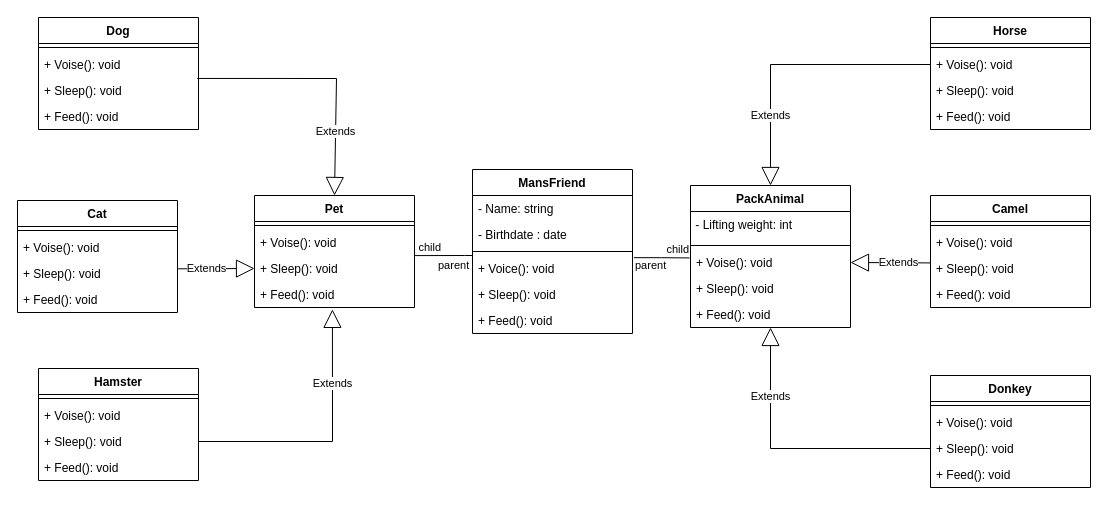
PavelMartaller/AnimalNursery keeps this draw.io diagram as Diagrams/ClassDiagram.drawio. Above is the earlier version. Source tidied: cells renumbered, new cells numbered last; positions are measured from the earlier drawing's top-left corner, leaving out a move shared by most shapes. Both pictures are drawn from the tidied source at 100%, with x=0, y=0 at pixel (17, 17).
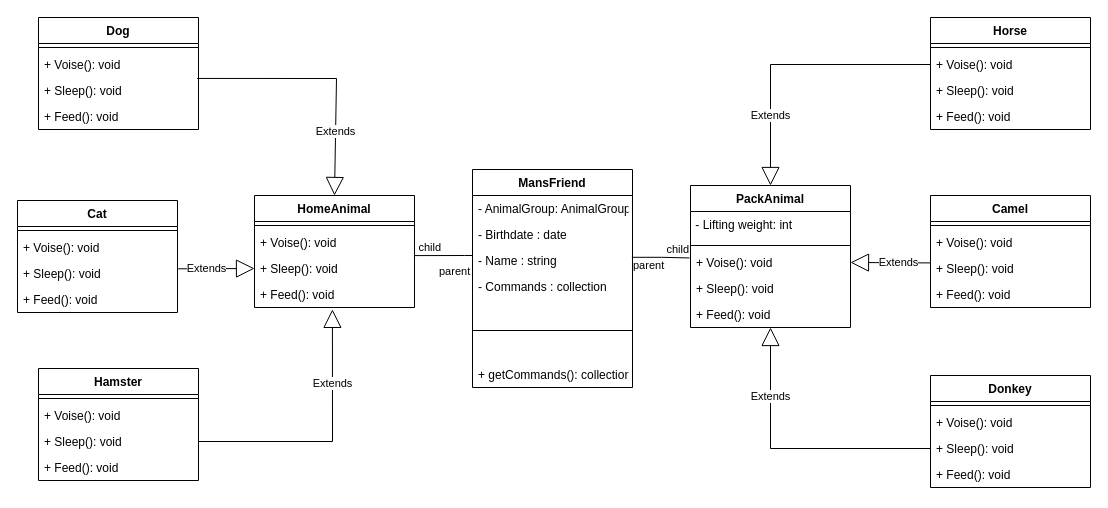
The same diagram, later.

Commit message:
correct the class diagram

The change refers to these unchanged cells:
```xml
<mxCell id="12" value="+ Voise(): void" style="text;strokeColor=none;fillColor=none;align=left;verticalAlign=top;spacingLeft=4;spacingRight=4;overflow=hidden;points=[[0,0.5],[1,0.5]];portConstraint=eastwest;" parent="9" vertex="1">
  <mxGeometry y="64" width="160" height="26" as="geometry" />
</mxCell>
<mxCell id="44" style="endArrow=none;html=1;edgeStyle=orthogonalEdgeStyle;rounded=0;exitX=0;exitY=0;exitDx=0;exitDy=0;exitPerimeter=0;entryX=1.002;entryY=1.004;entryDx=0;entryDy=0;entryPerimeter=0;" parent="1" edge="1" source="6" target="41">
  <mxGeometry relative="1" as="geometry">
    <Array as="points">
      <mxPoint x="447" y="238" />
      <mxPoint x="447" y="238" />
    </Array>
  </mxGeometry>
</mxCell>
```

The edit, as a diff of the source:
```diff
@@
     <mxCell id="2" value="MansFriend" style="swimlane;fontStyle=1;align=center;verticalAlign=top;horizontal=1;startSize=26;" parent="1" vertex="1">
-      <mxGeometry x="455" y="152" width="160" height="164" as="geometry" />
+      <mxGeometry x="455" y="152" width="160" height="218" as="geometry" />
     </mxCell>
-    <mxCell id="3" value="- Name: string" style="text;strokeColor=none;fillColor=none;align=left;verticalAlign=top;spacingLeft=4;spacingRight=4;overflow=hidden;" parent="2" vertex="1">
+    <mxCell id="3" value="- AnimalGroup: AnimalGroup" style="text;strokeColor=none;fillColor=none;align=left;verticalAlign=top;spacingLeft=4;spacingRight=4;overflow=hidden;" parent="2" vertex="1">
       <mxGeometry y="26" width="160" height="26" as="geometry" />
     </mxCell>
@@
+    <mxCell id="62" value="- Name : string" style="text;strokeColor=none;fillColor=none;align=left;verticalAlign=top;spacingLeft=4;spacingRight=4;overflow=hidden;points=[[0,0.5],[1,0.5]];portConstraint=eastwest;" parent="2" vertex="1">
+      <mxGeometry y="78" width="160" height="26" as="geometry" />
+    </mxCell>
+    <mxCell id="63" value="- Commands : collection" style="text;strokeColor=none;fillColor=none;align=left;verticalAlign=top;spacingLeft=4;spacingRight=4;overflow=hidden;" parent="2" vertex="1">
+      <mxGeometry y="104" width="160" height="26" as="geometry" />
+    </mxCell>
     <mxCell id="5" style="line;strokeWidth=1;fillColor=none;align=left;verticalAlign=middle;spacingTop=-1;spacingLeft=3;spacingRight=3;labelPosition=right;" parent="2" vertex="1">
-      <mxGeometry y="78" width="160" height="8" as="geometry" />
+      <mxGeometry y="130" width="160" height="62" as="geometry" />
     </mxCell>
-    <mxCell id="6" value="+ Voiсe(): void" style="text;strokeColor=none;fillColor=none;align=left;verticalAlign=top;spacingLeft=4;spacingRight=4;overflow=hidden;points=[[0,0.5],[1,0.5]];portConstraint=eastwest;" parent="2" vertex="1">
-      <mxGeometry y="86" width="160" height="26" as="geometry" />
+    <mxCell id="6" value="+ getCommands(): collection" style="text;strokeColor=none;fillColor=none;align=left;verticalAlign=top;spacingLeft=4;spacingRight=4;overflow=hidden;points=[[0,0.5],[1,0.5]];portConstraint=eastwest;" parent="2" vertex="1">
+      <mxGeometry y="192" width="160" height="26" as="geometry" />
     </mxCell>
-    <mxCell id="7" value="+ Sleep(): void" style="text;strokeColor=none;fillColor=none;align=left;verticalAlign=top;spacingLeft=4;spacingRight=4;overflow=hidden;" parent="2" vertex="1">
-      <mxGeometry y="112" width="160" height="26" as="geometry" />
-    </mxCell>
-    <mxCell id="8" value="+ Feed(): void" style="text;strokeColor=none;fillColor=none;align=left;verticalAlign=top;spacingLeft=4;spacingRight=4;overflow=hidden;" parent="2" vertex="1">
-      <mxGeometry y="138" width="160" height="26" as="geometry" />
-    </mxCell>
@@
-    <mxCell id="21" style="endArrow=none;html=1;edgeStyle=orthogonalEdgeStyle;rounded=0;exitX=1.009;exitY=0.083;exitDx=0;exitDy=0;exitPerimeter=0;entryX=-0.006;entryY=0.325;entryDx=0;entryDy=0;entryPerimeter=0;" parent="1" edge="1" source="6" target="12">
+    <mxCell id="21" style="endArrow=none;html=1;edgeStyle=orthogonalEdgeStyle;rounded=0;exitX=0.996;exitY=0.377;exitDx=0;exitDy=0;exitPerimeter=0;entryX=-0.006;entryY=0.325;entryDx=0;entryDy=0;entryPerimeter=0;" parent="1" edge="1" source="62" target="12">
       <mxGeometry relative="1" as="geometry" />
     </mxCell>
@@
-    <mxCell id="39" value="Pet" style="swimlane;fontStyle=1;align=center;verticalAlign=top;horizontal=1;startSize=26;" parent="1" vertex="1">
+    <mxCell id="39" value="HomeAnimal" style="swimlane;fontStyle=1;align=center;verticalAlign=top;horizontal=1;startSize=26;" parent="1" vertex="1">
       <mxGeometry x="237" y="178" width="160" height="112" as="geometry" />
     </mxCell>
@@
     <mxCell id="45" value="parent" style="edgeLabel;html=1;align=left;verticalAlign=bottom;" parent="44" vertex="1">
       <mxGeometry x="-1" relative="1" as="geometry">
-        <mxPoint x="-36" y="18" as="offset" />
+        <mxPoint x="-35" y="-82" as="offset" />
       </mxGeometry>
     </mxCell>
```
